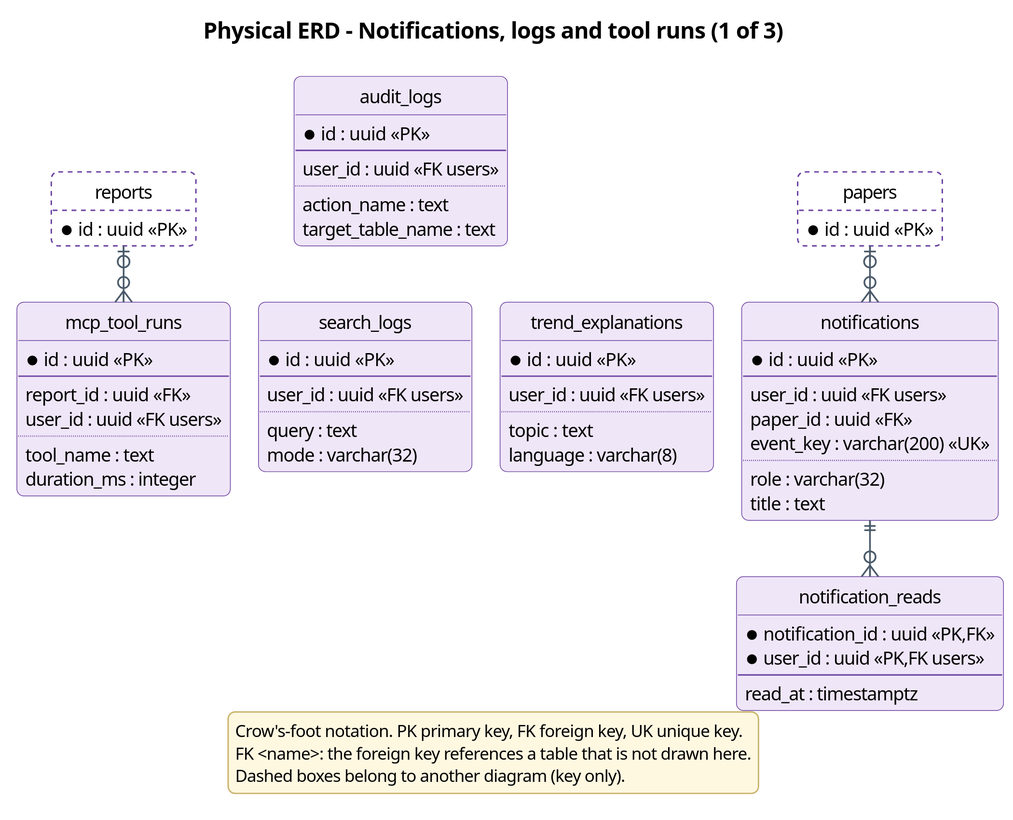
This is docs/diagrams/report4/R4_ERD_operations_a.svg from Khoa-Hoa-Technology-Solution-Company/lumi-gap, a PlantUML export, as it was before one commit.
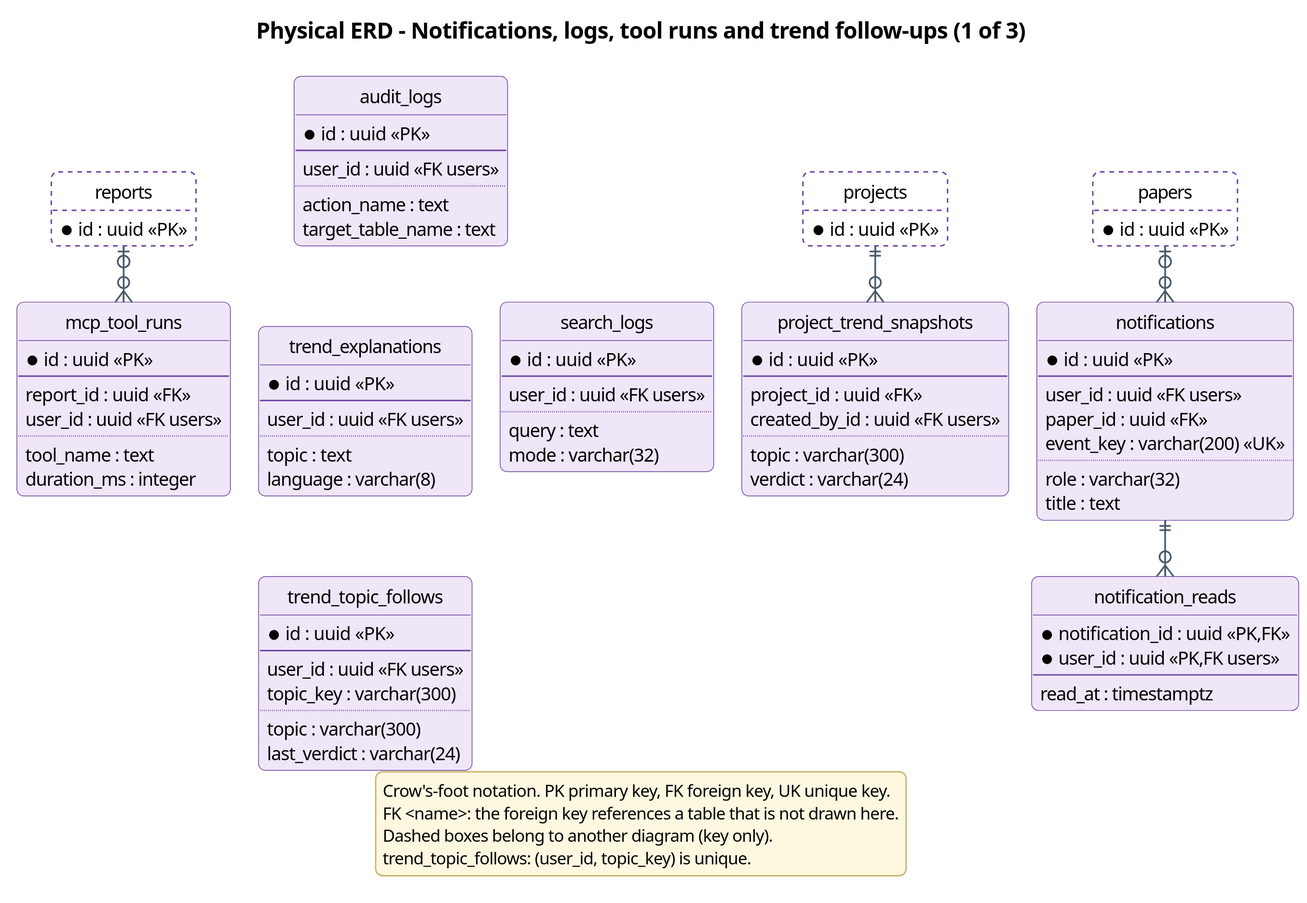
The same file after the commit.

The edit, as a diff of the source:
```diff
@@ -24,7 +24,7 @@
 skinparam stereotypeFontSize 10
 hide circle
 hide empty methods
-title Physical ERD - Notifications, logs and tool runs (1 of 3)
+title Physical ERD - Notifications, logs, tool runs and trend follow-ups (1 of 3)
 entity notifications #EFE6F8;line:6A3FA0 {
   * id : uuid <<PK>>
   --
@@ -74,6 +74,27 @@
   topic : text
   language : varchar(8)
 }
+entity trend_topic_follows #EFE6F8;line:6A3FA0 {
+  * id : uuid <<PK>>
+  --
+  user_id : uuid <<FK users>>
+  topic_key : varchar(300)
+  ..
+  topic : varchar(300)
+  last_verdict : varchar(24)
+}
+entity project_trend_snapshots #EFE6F8;line:6A3FA0 {
+  * id : uuid <<PK>>
+  --
+  project_id : uuid <<FK>>
+  created_by_id : uuid <<FK users>>
+  ..
+  topic : varchar(300)
+  verdict : varchar(24)
+}
+entity projects #FFFFFF;line:6A3FA0;line.dashed {
+  * id : uuid <<PK>>
+}
 entity papers #FFFFFF;line:6A3FA0;line.dashed {
   * id : uuid <<PK>>
 }
@@ -83,9 +104,11 @@
 notifications ||--o{ notification_reads
 papers |o--o{ notifications
 reports |o--o{ mcp_tool_runs
+projects ||--o{ project_trend_snapshots
 legend bottom
 Crow's-foot notation. PK primary key, FK foreign key, UK unique key.
 FK <name>: the foreign key references a table that is not drawn here.
 Dashed boxes belong to another diagram (key only).
+trend_topic_follows: (user_id, topic_key) is unique.
 endlegend
 @enduml
```
